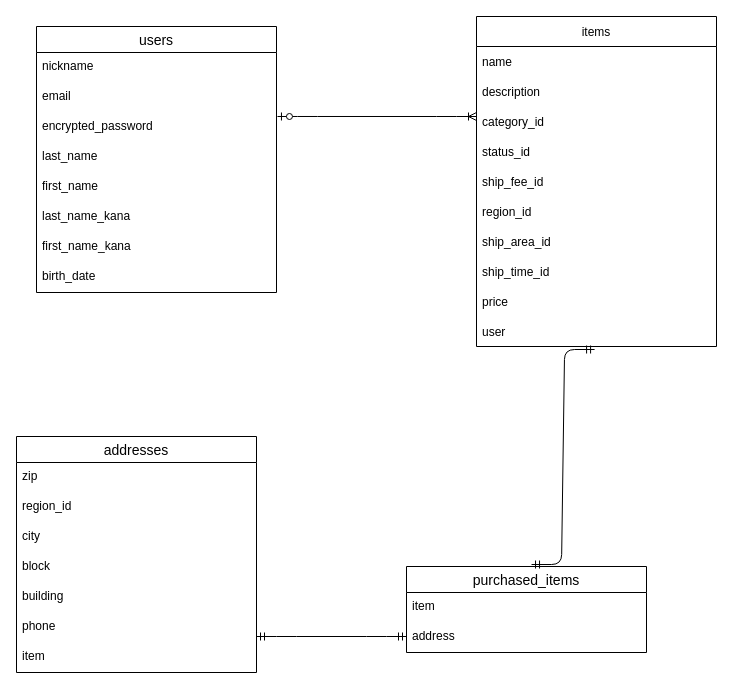
Above: project.dio in akari1017/furima-37484 (draw.io), before the change. Source tidied: cells renumbered, new cells numbered last; positions are measured from the earlier drawing's top-left corner, leaving out a move shared by most shapes. Both pictures are drawn from the tidied source at 100%, with x=0, y=0 at pixel (16, 16).
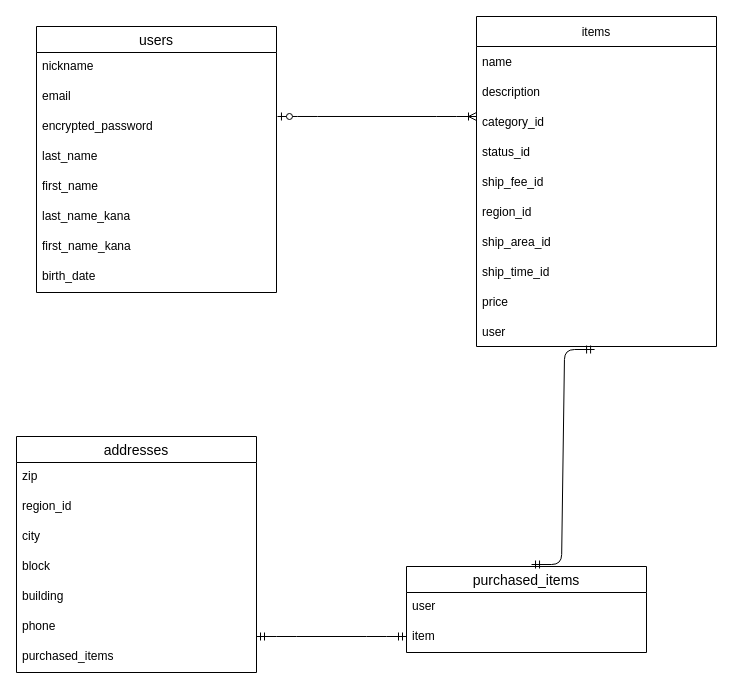
The same diagram, later.

Commit message (it also covers changes not shown here):
データベース設計(修正3)

Unchanged cells that the change refers to:
```xml
<mxCell id="23" value="addresses" style="swimlane;fontStyle=0;horizontal=1;startSize=26;align=center;fontSize=14;" parent="1" vertex="1">
  <mxGeometry y="420" width="240" height="236" as="geometry" />
</mxCell>
<mxCell id="31" value="purchased_items" style="swimlane;fontStyle=0;horizontal=1;startSize=26;align=center;fontSize=14;" parent="1" vertex="1">
  <mxGeometry x="390" y="550" width="240" height="86" as="geometry" />
</mxCell>
```

The edit, as a diff of the source:
```diff
@@
-    <mxCell id="30" value="item" style="text;strokeColor=none;fillColor=none;spacingLeft=4;spacingRight=4;overflow=hidden;fontSize=12;" parent="23" vertex="1">
+    <mxCell id="30" value="purchased_items" style="text;strokeColor=none;fillColor=none;spacingLeft=4;spacingRight=4;overflow=hidden;fontSize=12;" parent="23" vertex="1">
       <mxGeometry y="206" width="240" height="30" as="geometry" />
     </mxCell>
@@
-    <mxCell id="32" value="item" style="text;strokeColor=none;fillColor=none;spacingLeft=4;spacingRight=4;overflow=hidden;fontSize=12;" parent="31" vertex="1">
+    <mxCell id="32" value="user" style="text;strokeColor=none;fillColor=none;spacingLeft=4;spacingRight=4;overflow=hidden;fontSize=12;" parent="31" vertex="1">
       <mxGeometry y="26" width="240" height="30" as="geometry" />
     </mxCell>
-    <mxCell id="33" value="address" style="text;strokeColor=none;fillColor=none;spacingLeft=4;spacingRight=4;overflow=hidden;points=[[0,0.5],[1,0.5]];portConstraint=eastwest;fontSize=12;" parent="31" vertex="1">
+    <mxCell id="33" value="item" style="text;strokeColor=none;fillColor=none;spacingLeft=4;spacingRight=4;overflow=hidden;points=[[0,0.5],[1,0.5]];portConstraint=eastwest;fontSize=12;" parent="31" vertex="1">
       <mxGeometry y="56" width="240" height="30" as="geometry" />
     </mxCell>
```
